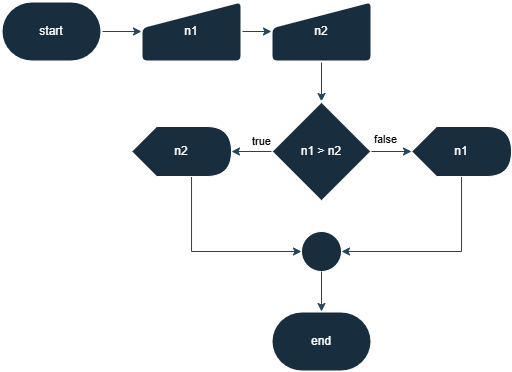
This is Parte-2/atividade1.png from kf-martins-uel/algoritmos-atividade1, a draw.io export, as it was before one commit. Source tidied: cells renumbered, new cells last; positions are measured from the earlier drawing's top-left corner, leaving out a move shared by most shapes.
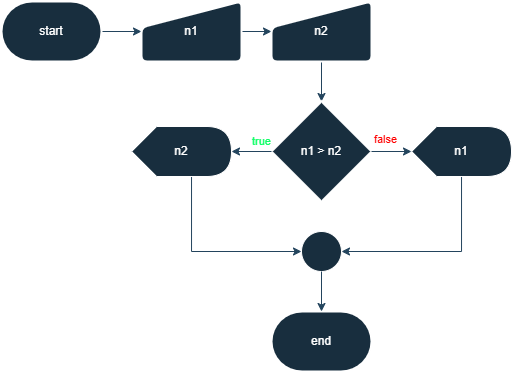
Above is the later version.

Change to the diagram source:
```diff
@@ -49,7 +49,7 @@
     <mxCell id="14" style="edgeStyle=orthogonalEdgeStyle;rounded=0;jettySize=auto;html=1;entryX=1;entryY=0.5;entryDx=0;entryDy=0;entryPerimeter=0;strokeColor=#23445D;" parent="1" edge="1" source="8" target="10">
       <mxGeometry relative="1" as="geometry" />
     </mxCell>
-    <mxCell id="15" value="&lt;font style=&quot;&quot;&gt;true&lt;/font&gt;" style="edgeLabel;html=1;align=center;verticalAlign=middle;strokeColor=#FFFFFF;fontColor=light-dark(#000000,#10FF67);fillColor=#182E3E;labelBackgroundColor=default;" parent="14" vertex="1">
+    <mxCell id="15" value="&lt;font style=&quot;&quot;&gt;true&lt;/font&gt;" style="edgeLabel;html=1;align=center;verticalAlign=middle;strokeColor=#FFFFFF;fontColor=light-dark(#10FF67,#10FF67);fillColor=#182E3E;labelBackgroundColor=light-dark(#FFFFFF,#121212);" parent="14" vertex="1">
       <mxGeometry x="-0.27" y="3" relative="1" as="geometry">
         <mxPoint x="5" y="-13" as="offset" />
       </mxGeometry>
@@ -57,7 +57,7 @@
     <mxCell id="16" value="Text" style="text;html=1;align=center;verticalAlign=middle;strokeColor=none;fillColor=none;fontColor=#FFFFFF;" parent="1" vertex="1">
       <mxGeometry x="295" y="235" width="50" height="30" as="geometry" />
     </mxCell>
-    <mxCell id="17" value="&lt;font style=&quot;&quot;&gt;false&lt;/font&gt;" style="edgeLabel;html=1;align=center;verticalAlign=middle;strokeColor=#FFFFFF;fontColor=light-dark(#000000,#FF0000);fillColor=#182E3E;labelBackgroundColor=default;" parent="1" vertex="1">
+    <mxCell id="17" value="&lt;font style=&quot;&quot;&gt;false&lt;/font&gt;" style="edgeLabel;html=1;align=center;verticalAlign=middle;strokeColor=#FFFFFF;fontColor=light-dark(#FF0000,#FF0000);fillColor=#182E3E;labelBackgroundColor=default;" parent="1" vertex="1">
       <mxGeometry x="380" y="130" as="geometry">
         <mxPoint x="4" y="8" as="offset" />
       </mxGeometry>
```
